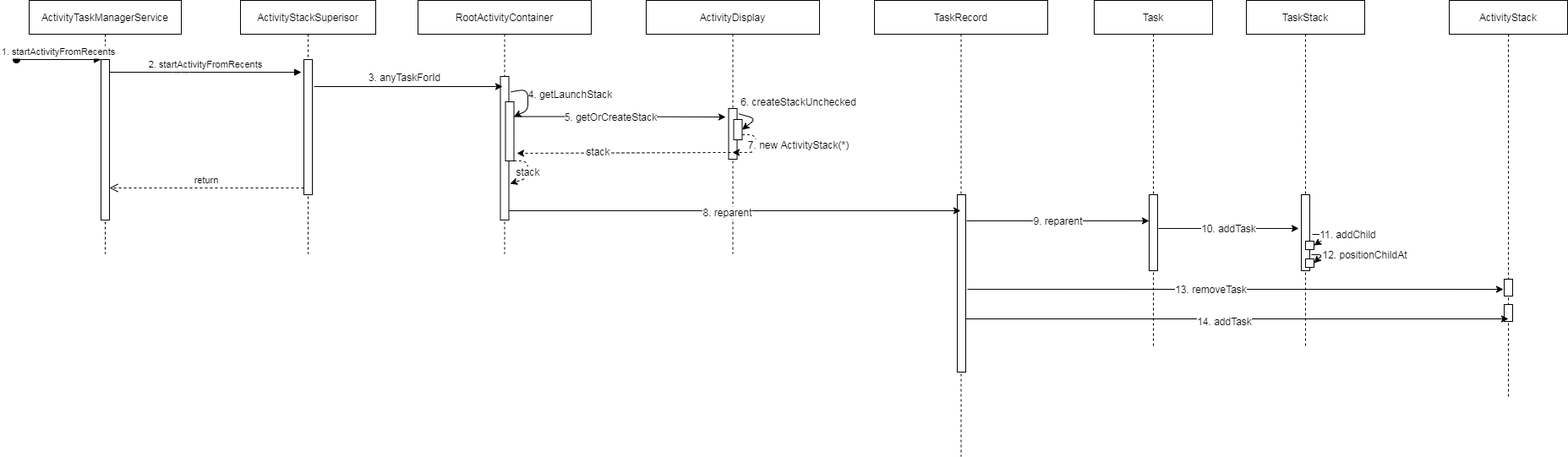
DrMoring/drawing keeps this draw.io diagram as diagrams/SplitScreen.png. Above is the earlier version. Source tidied: cells renumbered, new cells last; positions are measured from the earlier drawing's top-left corner, leaving out a move shared by most shapes.
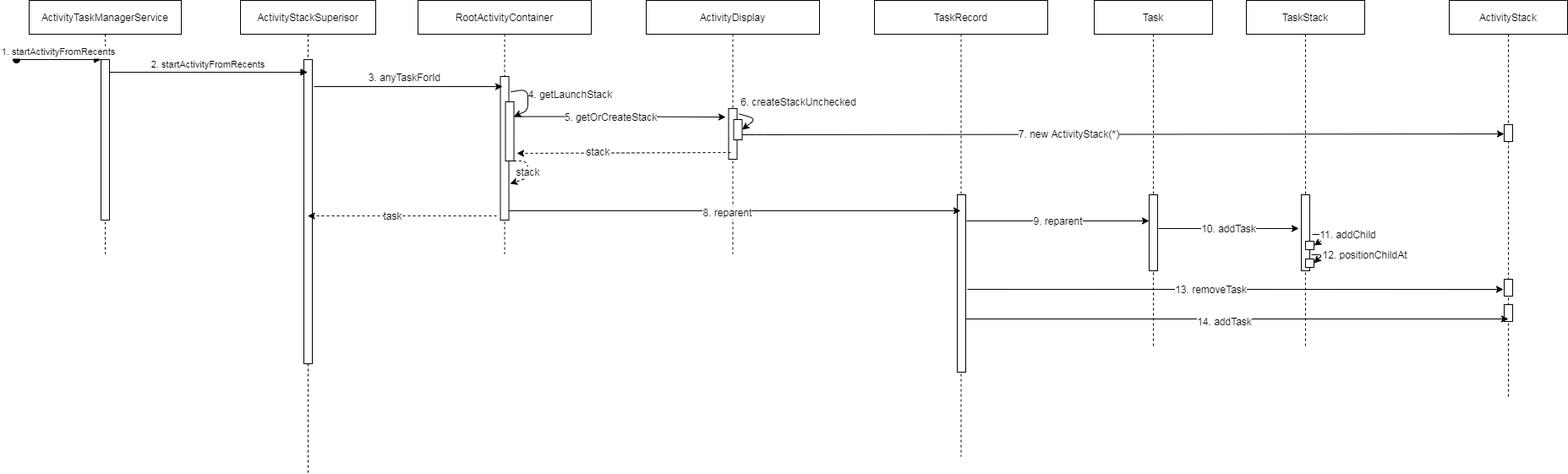
After the commit.

What changed in the source:
```diff
@@ -14,15 +14,12 @@
       </mxGeometry>
     </mxCell>
     <mxCell id="5" value="ActivityStackSuperisor" style="shape=umlLifeline;perimeter=lifelinePerimeter;rounded=0;shadow=0;strokeWidth=1;" parent="1" vertex="1">
-      <mxGeometry x="265" width="160" height="300" as="geometry" />
+      <mxGeometry x="265" width="160" height="560" as="geometry" />
     </mxCell>
     <mxCell id="6" style="points=[];perimeter=orthogonalPerimeter;rounded=0;shadow=0;strokeWidth=1;" parent="5" vertex="1">
-      <mxGeometry x="75" y="70" width="10" height="160" as="geometry" />
+      <mxGeometry x="75" y="70" width="10" height="360" as="geometry" />
     </mxCell>
-    <mxCell id="7" value="return" style="verticalAlign=bottom;endArrow=open;dashed=1;endSize=8;exitX=0;exitY=0.95;shadow=0;strokeWidth=1;" parent="1" edge="1" source="6" target="3">
-      <mxGeometry relative="1" as="geometry" />
-    </mxCell>
-    <mxCell id="8" value="2. startActivityFromRecents" style="verticalAlign=bottom;endArrow=block;entryX=-0.3;entryY=0.094;shadow=0;strokeWidth=1;entryDx=0;entryDy=0;entryPerimeter=0;" parent="1" edge="1" source="3" target="6">
+    <mxCell id="8" value="2. startActivityFromRecents" style="verticalAlign=bottom;endArrow=block;shadow=0;strokeWidth=1;" parent="1" edge="1" source="3" target="5">
       <mxGeometry relative="1" as="geometry">
         <Array as="points">
           <mxPoint x="195" y="85" />
@@ -82,14 +79,6 @@
         <mxPoint x="17" y="-63" as="offset" />
       </mxGeometry>
     </mxCell>
-    <mxCell id="20" value="7. new ActivityStack(*)" style="endArrow=classic;html=1;exitX=1;exitY=0.75;exitDx=0;exitDy=0;dashed=1;" parent="16" edge="1" source="18" target="16">
-      <mxGeometry x="-0.16" y="50" relative="1" as="geometry">
-        <Array as="points">
-          <mxPoint x="130" y="159" />
-          <mxPoint x="130" y="180" />
-        </Array>
-      </mxGeometry>
-    </mxCell>
     <mxCell id="21" style="edgeStyle=orthogonalEdgeStyle;rounded=0;jettySize=auto;html=1;exitX=1;exitY=0.25;exitDx=0;exitDy=0;entryX=-0.35;entryY=0.167;entryDx=0;entryDy=0;entryPerimeter=0;" parent="1" edge="1" source="11" target="17">
       <mxGeometry relative="1" as="geometry" />
     </mxCell>
@@ -169,6 +158,9 @@
     <mxCell id="41" style="points=[];perimeter=orthogonalPerimeter;rounded=0;shadow=0;strokeWidth=1;" parent="39" vertex="1">
       <mxGeometry x="65" y="360" width="10" height="20" as="geometry" />
     </mxCell>
+    <mxCell id="46" style="points=[];perimeter=orthogonalPerimeter;rounded=0;shadow=0;strokeWidth=1;" parent="39" vertex="1">
+      <mxGeometry x="65" y="147" width="10" height="20" as="geometry" />
+    </mxCell>
     <mxCell id="42" style="endArrow=classic;html=1;exitX=1.2;exitY=0.533;exitDx=0;exitDy=0;exitPerimeter=0;" parent="1" edge="1" source="26">
       <mxGeometry relative="1" as="geometry">
         <mxPoint x="1759" y="342" as="targetPoint" />
@@ -183,5 +175,18 @@
     <mxCell id="45" value="14. addTask" style="edgeLabel;html=1;align=center;verticalAlign=middle;" parent="44" vertex="1">
       <mxGeometry x="-0.05" y="-2" relative="1" as="geometry" />
     </mxCell>
+    <mxCell id="47" style="endArrow=classic;html=1;exitX=-0.45;exitY=0.971;exitDx=0;exitDy=0;exitPerimeter=0;dashed=1;" parent="1" edge="1" source="10" target="5">
+      <mxGeometry relative="1" as="geometry" />
+    </mxCell>
+    <mxCell id="48" value="task" style="edgeLabel;html=1;align=center;verticalAlign=middle;" parent="47" vertex="1">
+      <mxGeometry x="0.11" y="-1" relative="1" as="geometry" />
+    </mxCell>
+    <mxCell id="20" value="7. new ActivityStack(*)" style="endArrow=classic;html=1;exitX=1;exitY=0.75;exitDx=0;exitDy=0;entryX=0;entryY=0.55;entryDx=0;entryDy=0;entryPerimeter=0;" parent="1" edge="1" source="18" target="46">
+      <mxGeometry x="-0.14" y="1" relative="1" as="geometry">
+        <Array as="points">
+          <mxPoint x="875" y="159" />
+        </Array>
+      </mxGeometry>
+    </mxCell>
   </root>
 </mxGraphModel>
```
